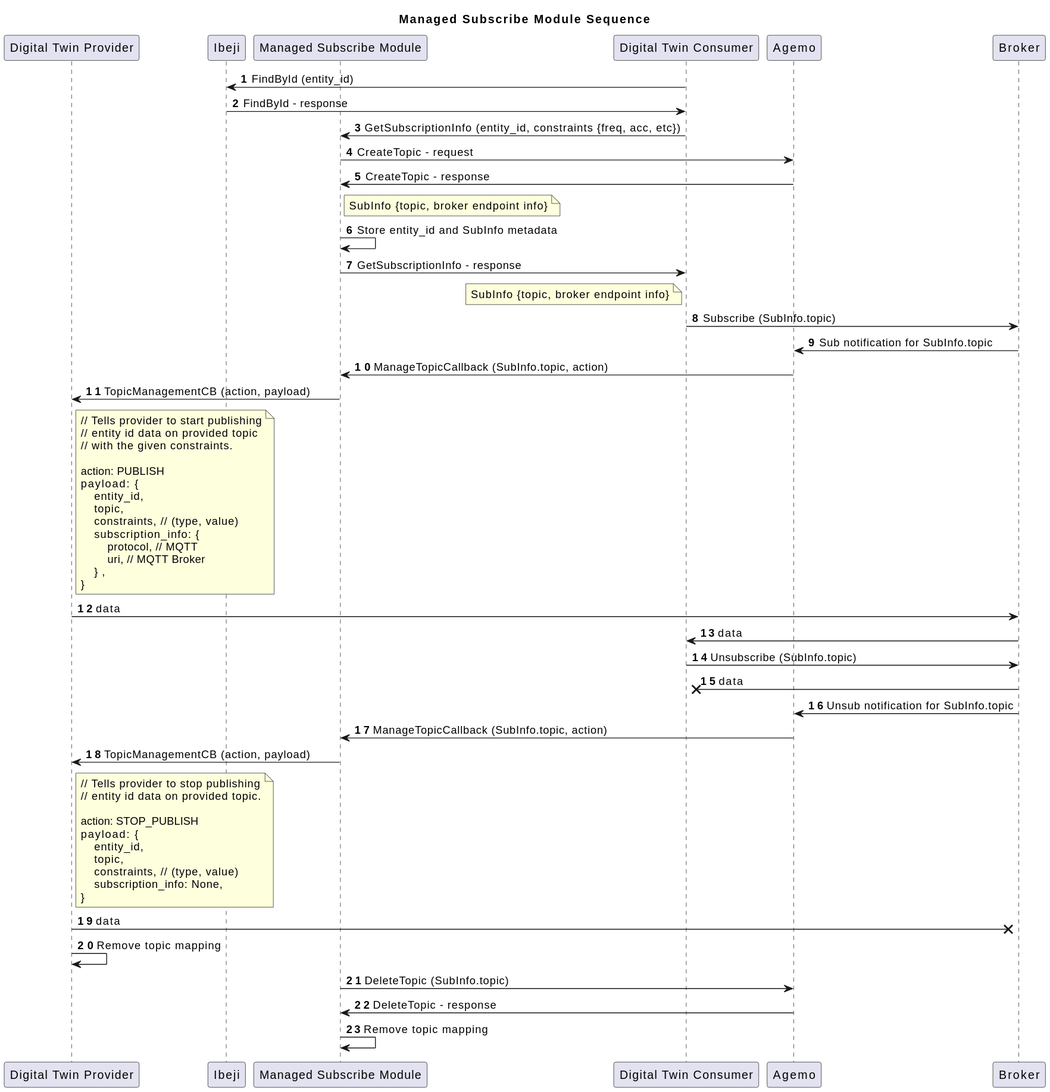
Before: docs/design/diagrams/managed_subscribe_module_sequence.svg, a diagram exported from PlantUML (eclipse-ibeji/ibeji).
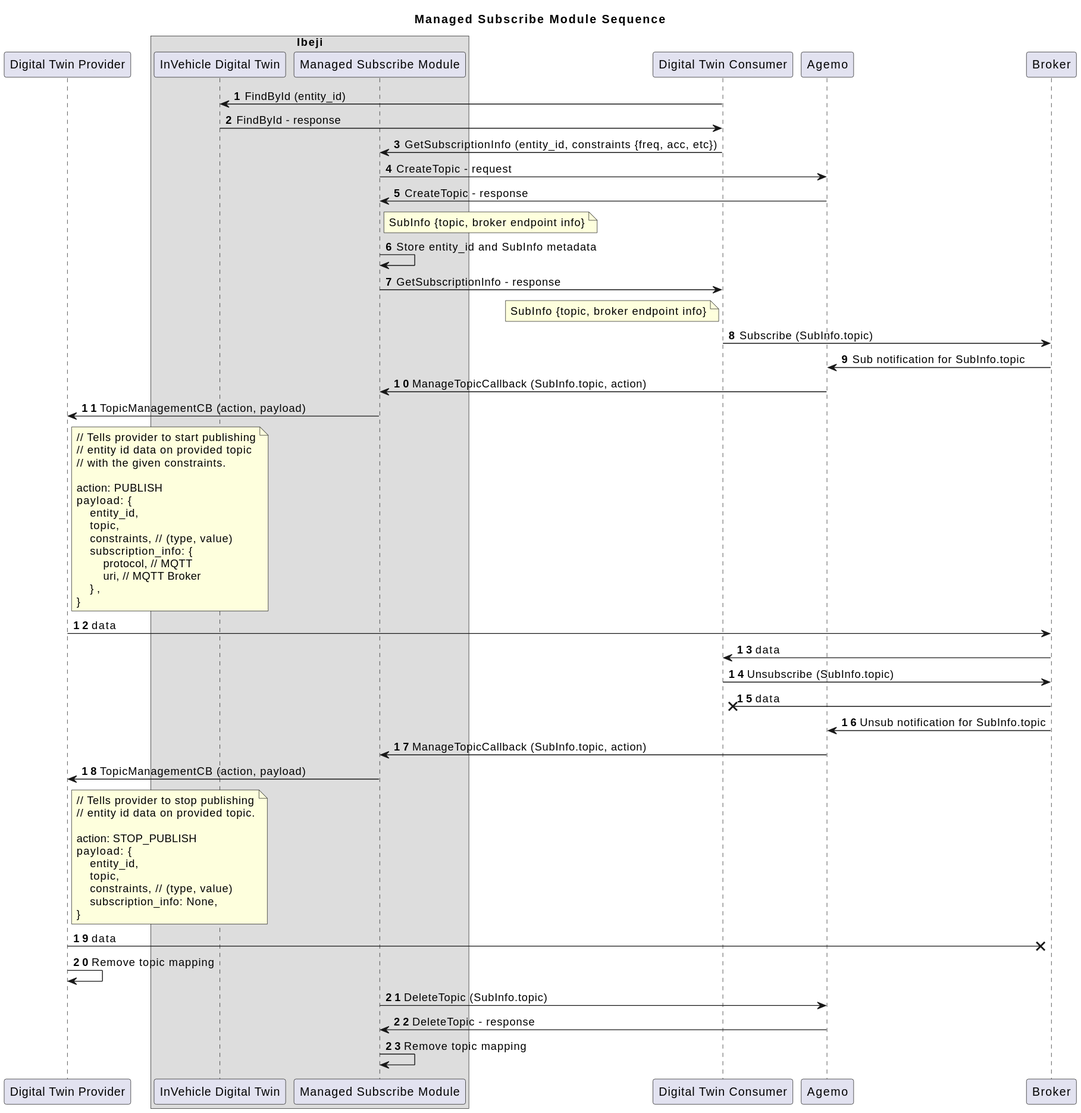
After the commit.

Commit message:
Update diagrams and Managed Subscribe Readme

Diff of the diagram source:
```diff
@@ -1,8 +1,10 @@
-@startuml
+@startuml Managed Subscribe Module
 title Managed Subscribe Module Sequence
 participant "Digital Twin Provider" as DTProvider
-participant Ibeji
+box "Ibeji"
+participant "InVehicle Digital Twin" as Ibeji
 participant "Managed Subscribe Module" as ManagedSubscribeModule
+end box
 participant "Digital Twin Consumer" as DTConsumer
 participant Agemo
 participant Broker
```
